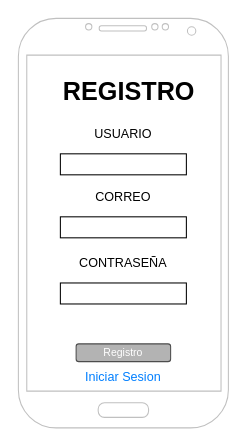
Juanse-26/grupo3 keeps this draw.io diagram as page "Registro" (2 of 10) of mockups/Mockups-Grupo#3.drawio. Above is the earlier version. Source tidied: cells renumbered, new cells numbered last; positions are measured from the earlier drawing's top-left corner, leaving out a move shared by most shapes. Both pictures are drawn from the tidied source at 105%, with x=0, y=0 at pixel (18, 18).
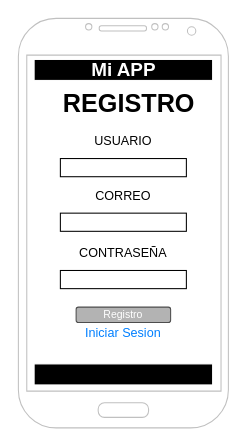
Above is the later version.

Change to the diagram source:
```diff
@@
 <mxGraphModel>
   <root>
     <mxCell id="0" />
     <mxCell id="1" parent="0" />
     <mxCell id="2" style="verticalLabelPosition=bottom;verticalAlign=top;html=1;shadow=0;dashed=0;strokeWidth=1;shape=mxgraph.android.phone2;strokeColor=#c0c0c0;" parent="1" vertex="1">
       <mxGeometry width="200" height="390" as="geometry" />
     </mxCell>
+    <mxCell id="11" value="Iniciar Sesion" style="text;html=1;strokeColor=none;fillColor=none;align=center;verticalAlign=middle;whiteSpace=wrap;rounded=0;fontColor=#007FFF;" parent="1" vertex="1">
+      <mxGeometry x="62" y="289.6" width="76" height="20" as="geometry" />
+    </mxCell>
     <mxCell id="3" value="Registro" style="rounded=1;html=1;shadow=0;dashed=0;whiteSpace=wrap;fontSize=10;fillColor=#B3B3B3;align=center;strokeColor=#4D4D4D;fontColor=#ffffff;" parent="1" vertex="1">
-      <mxGeometry x="55" y="310" width="90" height="16.9" as="geometry" />
+      <mxGeometry x="55" y="275" width="90" height="14.6" as="geometry" />
     </mxCell>
     <mxCell id="4" style="rounded=0;whiteSpace=wrap;html=1;" parent="1" vertex="1">
-      <mxGeometry x="40" y="129" width="120" height="20" as="geometry" />
+      <mxGeometry x="40" y="133.5" width="120" height="17.3" as="geometry" />
     </mxCell>
     <mxCell id="5" style="rounded=0;whiteSpace=wrap;html=1;" parent="1" vertex="1">
-      <mxGeometry x="40" y="252" width="120" height="20" as="geometry" />
+      <mxGeometry x="40" y="240.1" width="120" height="17.3" as="geometry" />
     </mxCell>
     <mxCell id="6" value="USUARIO" style="text;html=1;strokeColor=none;fillColor=none;align=center;verticalAlign=middle;whiteSpace=wrap;rounded=0;" parent="1" vertex="1">
-      <mxGeometry x="70" y="95" width="60" height="30" as="geometry" />
+      <mxGeometry x="70" y="104" width="60" height="26" as="geometry" />
     </mxCell>
     <mxCell id="7" value="CONTRASEÑA" style="text;html=1;strokeColor=none;fillColor=none;align=center;verticalAlign=middle;whiteSpace=wrap;rounded=0;" parent="1" vertex="1">
-      <mxGeometry x="70" y="218" width="60" height="30" as="geometry" />
+      <mxGeometry x="70" y="210.6" width="60" height="26" as="geometry" />
     </mxCell>
     <mxCell id="8" style="rounded=0;whiteSpace=wrap;html=1;" parent="1" vertex="1">
-      <mxGeometry x="40" y="189" width="120" height="20" as="geometry" />
+      <mxGeometry x="40" y="185.5" width="120" height="17.3" as="geometry" />
     </mxCell>
     <mxCell id="9" value="CORREO" style="text;html=1;strokeColor=none;fillColor=none;align=center;verticalAlign=middle;whiteSpace=wrap;rounded=0;" parent="1" vertex="1">
-      <mxGeometry x="70" y="155" width="60" height="30" as="geometry" />
+      <mxGeometry x="70" y="156" width="60" height="26" as="geometry" />
     </mxCell>
     <mxCell id="10" value="REGISTRO" style="text;strokeColor=none;fillColor=none;html=1;fontSize=24;fontStyle=1;verticalAlign=middle;align=center;" parent="1" vertex="1">
-      <mxGeometry x="55" y="50" width="100" height="40" as="geometry" />
+      <mxGeometry x="55" y="65" width="100" height="34.7" as="geometry" />
     </mxCell>
-    <mxCell id="11" value="Iniciar Sesion" style="text;html=1;strokeColor=none;fillColor=none;align=center;verticalAlign=middle;whiteSpace=wrap;rounded=0;fontColor=#007FFF;" parent="1" vertex="1">
-      <mxGeometry x="62" y="326.9" width="76" height="30" as="geometry" />
-    </mxCell>
+    <mxCell id="12" style="rounded=0;whiteSpace=wrap;html=1;strokeColor=#FFFFFF;fillColor=#000000;" parent="1" vertex="1">
+      <mxGeometry x="15" y="39.1" width="170" height="20" as="geometry" />
+    </mxCell>
+    <mxCell id="13" style="rounded=0;whiteSpace=wrap;html=1;strokeColor=#FFFFFF;fillColor=#000000;" parent="1" vertex="1">
+      <mxGeometry x="15" y="329.1" width="170" height="20" as="geometry" />
+    </mxCell>
+    <mxCell id="14" value="Mi APP" style="text;strokeColor=none;fillColor=none;html=1;fontSize=18;fontStyle=1;verticalAlign=middle;align=center;fontColor=#FFFFFF;" parent="1" vertex="1">
+      <mxGeometry x="50" y="39.1" width="100" height="20" as="geometry" />
+    </mxCell>
   </root>
 </mxGraphModel>
```
